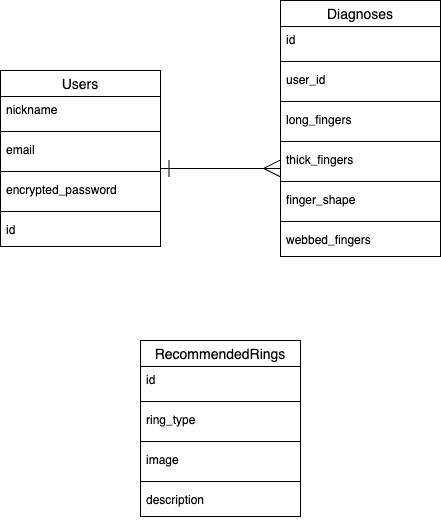
Before: er.drawio.png, a diagram exported from draw.io (shokoron/personalhand-app). Source tidied: cells renumbered, new cells last; positions are measured from the earlier drawing's top-left corner, leaving out a move shared by most shapes.
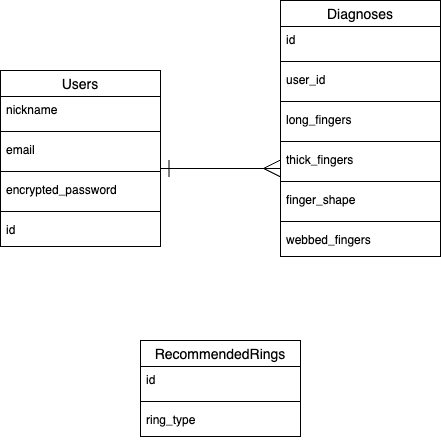
After the commit.

The edit, as a diff of the source:
```diff
@@ -63,7 +63,7 @@
       <mxGeometry y="226" width="160" height="30" as="geometry" />
     </mxCell>
     <mxCell id="22" value="RecommendedRings" style="swimlane;fontStyle=0;horizontal=1;startSize=26;align=center;fontSize=14;" parent="1" vertex="1">
-      <mxGeometry x="140" y="340" width="160" height="176" as="geometry" />
+      <mxGeometry x="140" y="340" width="160" height="96" as="geometry" />
     </mxCell>
     <mxCell id="23" value="id" style="text;strokeColor=none;fillColor=none;spacingLeft=4;spacingRight=4;overflow=hidden;fontSize=12;" parent="22" vertex="1">
       <mxGeometry y="26" width="160" height="30" as="geometry" />
@@ -74,18 +74,6 @@
     <mxCell id="25" value="ring_type" style="text;strokeColor=none;fillColor=none;spacingLeft=4;spacingRight=4;overflow=hidden;fontSize=12;" parent="22" vertex="1">
       <mxGeometry y="66" width="160" height="30" as="geometry" />
     </mxCell>
-    <mxCell id="26" style="line;strokeWidth=1;dashed=0;labelPosition=right;align=left;verticalAlign=middle;spacingTop=0;spacingLeft=6;" parent="22" vertex="1">
-      <mxGeometry y="96" width="160" height="10" as="geometry" />
-    </mxCell>
-    <mxCell id="27" value="image" style="text;strokeColor=none;fillColor=none;spacingLeft=4;spacingRight=4;overflow=hidden;fontSize=12;" parent="22" vertex="1">
-      <mxGeometry y="106" width="160" height="30" as="geometry" />
-    </mxCell>
-    <mxCell id="28" style="line;strokeWidth=1;dashed=0;labelPosition=right;align=left;verticalAlign=middle;spacingTop=0;spacingLeft=6;" parent="22" vertex="1">
-      <mxGeometry y="136" width="160" height="10" as="geometry" />
-    </mxCell>
-    <mxCell id="29" value="description" style="text;strokeColor=none;fillColor=none;spacingLeft=4;spacingRight=4;overflow=hidden;fontSize=12;" parent="22" vertex="1">
-      <mxGeometry y="146" width="160" height="30" as="geometry" />
-    </mxCell>
     <mxCell id="30" style="edgeStyle=none;html=1;startArrow=ERone;startFill=0;endArrow=ERmany;endFill=0;endSize=15;startSize=15;strokeColor=default;entryX=0;entryY=0.733;entryDx=0;entryDy=0;entryPerimeter=0;" parent="1" edge="1" target="17">
       <mxGeometry relative="1" as="geometry">
         <mxPoint x="160" y="168" as="sourcePoint" />
```
